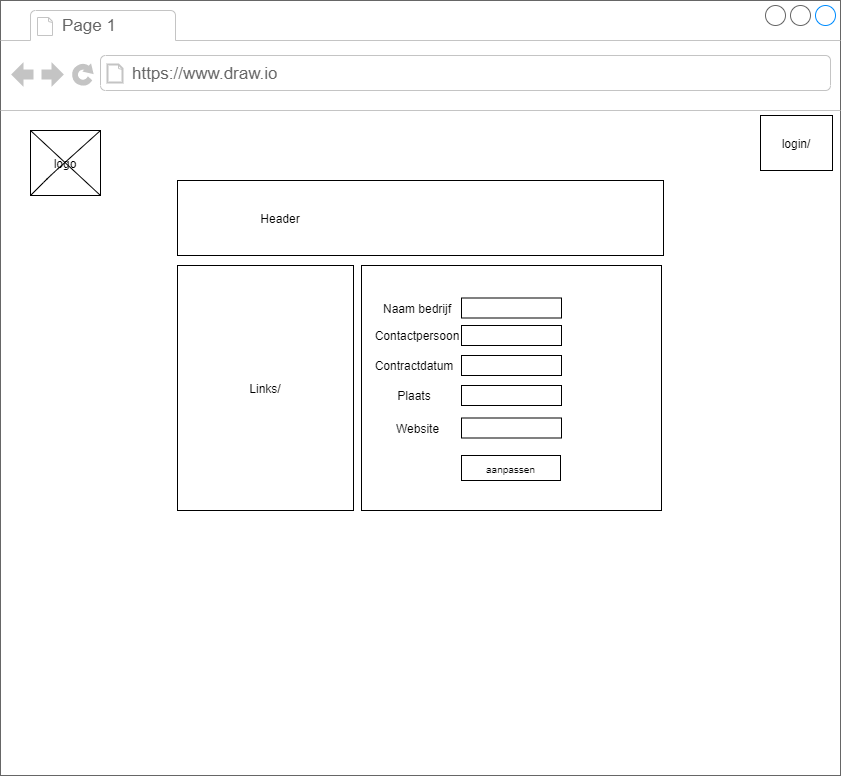
This is Documents/Images_IPP/aanpassen.png from michligtenberg/beroeps-stagewebsite, a draw.io export, as it was before one commit. Source tidied: cells renumbered, new cells last; positions are measured from the earlier drawing's top-left corner, leaving out a move shared by most shapes. Its diagram source:
```xml
<mxGraphModel>
  <root>
    <mxCell id="0" />
    <mxCell id="1" parent="0" />
    <mxCell id="2" style="strokeWidth=1;shadow=0;dashed=0;align=center;html=1;shape=mxgraph.mockup.containers.browserWindow;rSize=0;strokeColor=#666666;strokeColor2=#008cff;strokeColor3=#c4c4c4;mainText=,;" parent="1" vertex="1">
      <mxGeometry width="840" height="775" as="geometry" />
    </mxCell>
    <mxCell id="3" value="&lt;font size=&quot;1&quot;&gt;evaluren&lt;/font&gt;" style="rounded=0;whiteSpace=wrap;html=1;strokeColor=#000000;" parent="2" vertex="1">
      <mxGeometry x="570" y="465" width="49" height="25" as="geometry" />
    </mxCell>
    <mxCell id="4" value="&lt;font style=&quot;font-size: 8px&quot;&gt;toevoegen&lt;/font&gt;" style="rounded=0;whiteSpace=wrap;html=1;strokeColor=#000000;" parent="2" vertex="1">
      <mxGeometry x="382" y="465" width="48" height="25" as="geometry" />
    </mxCell>
    <mxCell id="5" value="&lt;font size=&quot;1&quot;&gt;verwijderen&lt;/font&gt;" style="rounded=0;whiteSpace=wrap;html=1;strokeColor=#000000;" parent="2" vertex="1">
      <mxGeometry x="510" y="465" width="49" height="25" as="geometry" />
    </mxCell>
    <mxCell id="6" value="Page 1" style="strokeWidth=1;shadow=0;dashed=0;align=center;html=1;shape=mxgraph.mockup.containers.anchor;fontSize=17;fontColor=#666666;align=left;" parent="2" vertex="1">
      <mxGeometry x="60" y="12" width="110" height="26" as="geometry" />
    </mxCell>
    <mxCell id="7" value="https://www.draw.io" style="strokeWidth=1;shadow=0;dashed=0;align=center;html=1;shape=mxgraph.mockup.containers.anchor;rSize=0;fontSize=17;fontColor=#666666;align=left;" parent="2" vertex="1">
      <mxGeometry x="130" y="60" width="250" height="26" as="geometry" />
    </mxCell>
    <mxCell id="8" style="rounded=0;whiteSpace=wrap;html=1;" parent="2" vertex="1">
      <mxGeometry x="177" y="180" width="486" height="75" as="geometry" />
    </mxCell>
    <mxCell id="9" value="Links/" style="rounded=0;whiteSpace=wrap;html=1;" parent="2" vertex="1">
      <mxGeometry x="177" y="265" width="176" height="245" as="geometry" />
    </mxCell>
    <mxCell id="10" style="rounded=0;whiteSpace=wrap;html=1;" parent="2" vertex="1">
      <mxGeometry x="361" y="265" width="300" height="245" as="geometry" />
    </mxCell>
    <mxCell id="11" value="login/" style="rounded=0;whiteSpace=wrap;html=1;" parent="2" vertex="1">
      <mxGeometry x="760" y="115" width="72" height="55" as="geometry" />
    </mxCell>
    <mxCell id="12" value="logo" style="rounded=0;whiteSpace=wrap;html=1;" parent="2" vertex="1">
      <mxGeometry x="30" y="130" width="70" height="65" as="geometry" />
    </mxCell>
    <mxCell id="13" style="endArrow=none;html=1;exitX=0;exitY=1;exitDx=0;exitDy=0;entryX=1;entryY=0;entryDx=0;entryDy=0;" parent="2" edge="1" source="12" target="12">
      <mxGeometry relative="1" as="geometry">
        <Array as="points">
          <mxPoint x="50" y="175" />
        </Array>
      </mxGeometry>
    </mxCell>
    <mxCell id="14" style="endArrow=none;html=1;entryX=1;entryY=1;entryDx=0;entryDy=0;exitX=0;exitY=0;exitDx=0;exitDy=0;" parent="2" edge="1" source="12" target="12">
      <mxGeometry relative="1" as="geometry" />
    </mxCell>
    <mxCell id="15" value="Header" style="text;html=1;strokeColor=none;fillColor=none;align=center;verticalAlign=middle;whiteSpace=wrap;rounded=0;" parent="2" vertex="1">
      <mxGeometry x="260" y="208" width="40" height="20" as="geometry" />
    </mxCell>
    <mxCell id="16" style="rounded=0;whiteSpace=wrap;html=1;strokeColor=#000000;" parent="2" vertex="1">
      <mxGeometry x="461" y="297.5" width="100" height="20" as="geometry" />
    </mxCell>
    <mxCell id="17" value="Naam bedrijf" style="text;html=1;strokeColor=none;fillColor=none;align=center;verticalAlign=middle;whiteSpace=wrap;rounded=0;" parent="2" vertex="1">
      <mxGeometry x="380" y="297.5" width="74" height="20" as="geometry" />
    </mxCell>
    <mxCell id="18" style="rounded=0;whiteSpace=wrap;html=1;strokeColor=#000000;" parent="2" vertex="1">
      <mxGeometry x="461" y="325" width="100" height="20" as="geometry" />
    </mxCell>
    <mxCell id="19" style="rounded=0;whiteSpace=wrap;html=1;strokeColor=#000000;" parent="2" vertex="1">
      <mxGeometry x="461" y="355" width="100" height="20" as="geometry" />
    </mxCell>
    <mxCell id="20" style="rounded=0;whiteSpace=wrap;html=1;strokeColor=#000000;" parent="2" vertex="1">
      <mxGeometry x="461" y="385" width="100" height="20" as="geometry" />
    </mxCell>
    <mxCell id="21" value="Contactpersoon" style="text;html=1;strokeColor=none;fillColor=none;align=center;verticalAlign=middle;whiteSpace=wrap;rounded=0;" parent="2" vertex="1">
      <mxGeometry x="385" y="325" width="64" height="20" as="geometry" />
    </mxCell>
    <mxCell id="22" value="Contractdatum" style="text;html=1;strokeColor=none;fillColor=none;align=center;verticalAlign=middle;whiteSpace=wrap;rounded=0;" parent="2" vertex="1">
      <mxGeometry x="382" y="355" width="64" height="20" as="geometry" />
    </mxCell>
    <mxCell id="23" value="Plaats" style="text;html=1;strokeColor=none;fillColor=none;align=center;verticalAlign=middle;whiteSpace=wrap;rounded=0;" parent="2" vertex="1">
      <mxGeometry x="394" y="385" width="40" height="20" as="geometry" />
    </mxCell>
    <mxCell id="24" value="Website" style="text;html=1;strokeColor=none;fillColor=none;align=center;verticalAlign=middle;whiteSpace=wrap;rounded=0;" parent="2" vertex="1">
      <mxGeometry x="364.5" y="415" width="105" height="25" as="geometry" />
    </mxCell>
    <mxCell id="25" style="rounded=0;whiteSpace=wrap;html=1;strokeColor=#000000;" parent="2" vertex="1">
      <mxGeometry x="461" y="417.5" width="100" height="20" as="geometry" />
    </mxCell>
    <mxCell id="26" value="&lt;font size=&quot;1&quot;&gt;aanpassen&lt;/font&gt;" style="rounded=0;whiteSpace=wrap;html=1;strokeColor=#000000;" parent="2" vertex="1">
      <mxGeometry x="461" y="455" width="99" height="25" as="geometry" />
    </mxCell>
  </root>
</mxGraphModel>
```
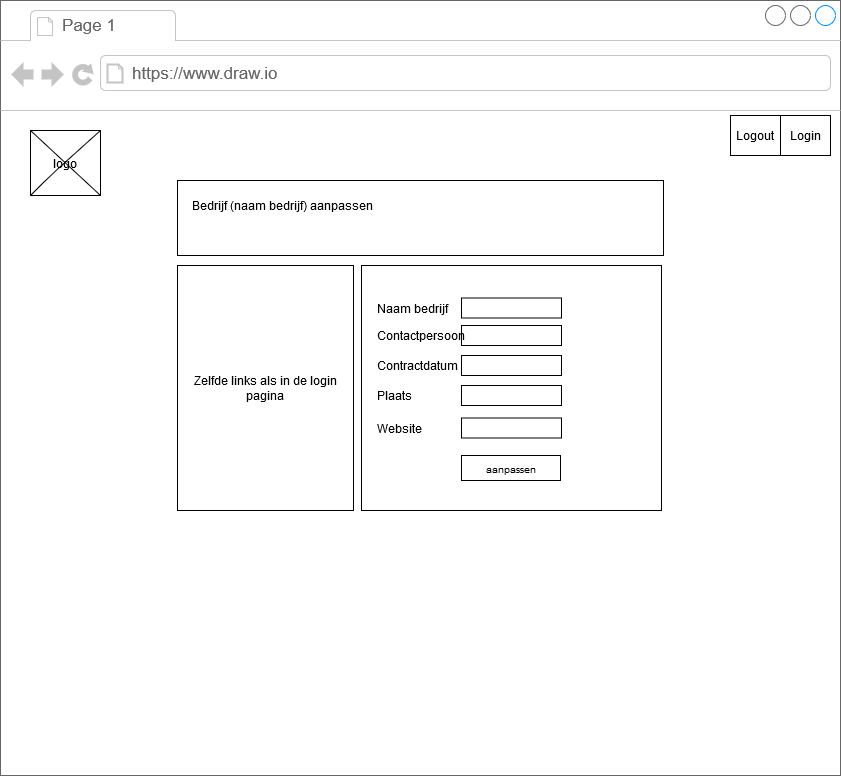
The same diagram one commit later.

The edit, as a diff of the source:
```diff
@@ -23,15 +23,12 @@
     <mxCell id="8" style="rounded=0;whiteSpace=wrap;html=1;" parent="2" vertex="1">
       <mxGeometry x="177" y="180" width="486" height="75" as="geometry" />
     </mxCell>
-    <mxCell id="9" value="Links/" style="rounded=0;whiteSpace=wrap;html=1;" parent="2" vertex="1">
+    <mxCell id="9" value="Zelfde links als in de login pagina" style="rounded=0;whiteSpace=wrap;html=1;" parent="2" vertex="1">
       <mxGeometry x="177" y="265" width="176" height="245" as="geometry" />
     </mxCell>
     <mxCell id="10" style="rounded=0;whiteSpace=wrap;html=1;" parent="2" vertex="1">
       <mxGeometry x="361" y="265" width="300" height="245" as="geometry" />
     </mxCell>
-    <mxCell id="11" value="login/" style="rounded=0;whiteSpace=wrap;html=1;" parent="2" vertex="1">
-      <mxGeometry x="760" y="115" width="72" height="55" as="geometry" />
-    </mxCell>
     <mxCell id="12" value="logo" style="rounded=0;whiteSpace=wrap;html=1;" parent="2" vertex="1">
       <mxGeometry x="30" y="130" width="70" height="65" as="geometry" />
     </mxCell>
@@ -45,14 +42,14 @@
     <mxCell id="14" style="endArrow=none;html=1;entryX=1;entryY=1;entryDx=0;entryDy=0;exitX=0;exitY=0;exitDx=0;exitDy=0;" parent="2" edge="1" source="12" target="12">
       <mxGeometry relative="1" as="geometry" />
     </mxCell>
-    <mxCell id="15" value="Header" style="text;html=1;strokeColor=none;fillColor=none;align=center;verticalAlign=middle;whiteSpace=wrap;rounded=0;" parent="2" vertex="1">
-      <mxGeometry x="260" y="208" width="40" height="20" as="geometry" />
+    <mxCell id="15" value="Bedrijf (naam bedrijf) aanpassen" style="text;html=1;strokeColor=none;fillColor=none;align=center;verticalAlign=middle;whiteSpace=wrap;rounded=0;" parent="2" vertex="1">
+      <mxGeometry x="177" y="195" width="210" height="20" as="geometry" />
     </mxCell>
     <mxCell id="16" style="rounded=0;whiteSpace=wrap;html=1;strokeColor=#000000;" parent="2" vertex="1">
       <mxGeometry x="461" y="297.5" width="100" height="20" as="geometry" />
     </mxCell>
-    <mxCell id="17" value="Naam bedrijf" style="text;html=1;strokeColor=none;fillColor=none;align=center;verticalAlign=middle;whiteSpace=wrap;rounded=0;" parent="2" vertex="1">
-      <mxGeometry x="380" y="297.5" width="74" height="20" as="geometry" />
+    <mxCell id="17" value="&lt;div align=&quot;left&quot;&gt;Naam bedrijf&lt;/div&gt;" style="text;html=1;strokeColor=none;fillColor=none;align=left;verticalAlign=middle;whiteSpace=wrap;rounded=0;" parent="2" vertex="1">
+      <mxGeometry x="375" y="297.5" width="74" height="20" as="geometry" />
     </mxCell>
     <mxCell id="18" style="rounded=0;whiteSpace=wrap;html=1;strokeColor=#000000;" parent="2" vertex="1">
       <mxGeometry x="461" y="325" width="100" height="20" as="geometry" />
@@ -63,17 +60,17 @@
     <mxCell id="20" style="rounded=0;whiteSpace=wrap;html=1;strokeColor=#000000;" parent="2" vertex="1">
       <mxGeometry x="461" y="385" width="100" height="20" as="geometry" />
     </mxCell>
-    <mxCell id="21" value="Contactpersoon" style="text;html=1;strokeColor=none;fillColor=none;align=center;verticalAlign=middle;whiteSpace=wrap;rounded=0;" parent="2" vertex="1">
-      <mxGeometry x="385" y="325" width="64" height="20" as="geometry" />
+    <mxCell id="21" value="Contactpersoon" style="text;html=1;strokeColor=none;fillColor=none;align=left;verticalAlign=middle;whiteSpace=wrap;rounded=0;" parent="2" vertex="1">
+      <mxGeometry x="375" y="325" width="64" height="20" as="geometry" />
     </mxCell>
-    <mxCell id="22" value="Contractdatum" style="text;html=1;strokeColor=none;fillColor=none;align=center;verticalAlign=middle;whiteSpace=wrap;rounded=0;" parent="2" vertex="1">
-      <mxGeometry x="382" y="355" width="64" height="20" as="geometry" />
+    <mxCell id="22" value="Contractdatum" style="text;html=1;strokeColor=none;fillColor=none;align=left;verticalAlign=middle;whiteSpace=wrap;rounded=0;" parent="2" vertex="1">
+      <mxGeometry x="375" y="355" width="64" height="20" as="geometry" />
     </mxCell>
-    <mxCell id="23" value="Plaats" style="text;html=1;strokeColor=none;fillColor=none;align=center;verticalAlign=middle;whiteSpace=wrap;rounded=0;" parent="2" vertex="1">
-      <mxGeometry x="394" y="385" width="40" height="20" as="geometry" />
+    <mxCell id="23" value="Plaats" style="text;html=1;strokeColor=none;fillColor=none;align=left;verticalAlign=middle;whiteSpace=wrap;rounded=0;" parent="2" vertex="1">
+      <mxGeometry x="375" y="385" width="40" height="20" as="geometry" />
     </mxCell>
-    <mxCell id="24" value="Website" style="text;html=1;strokeColor=none;fillColor=none;align=center;verticalAlign=middle;whiteSpace=wrap;rounded=0;" parent="2" vertex="1">
-      <mxGeometry x="364.5" y="415" width="105" height="25" as="geometry" />
+    <mxCell id="24" value="Website" style="text;html=1;strokeColor=none;fillColor=none;align=left;verticalAlign=middle;whiteSpace=wrap;rounded=0;" parent="2" vertex="1">
+      <mxGeometry x="375" y="421.2" width="105" height="12.5" as="geometry" />
     </mxCell>
     <mxCell id="25" style="rounded=0;whiteSpace=wrap;html=1;strokeColor=#000000;" parent="2" vertex="1">
       <mxGeometry x="461" y="417.5" width="100" height="20" as="geometry" />
@@ -81,5 +78,11 @@
     <mxCell id="26" value="&lt;font size=&quot;1&quot;&gt;aanpassen&lt;/font&gt;" style="rounded=0;whiteSpace=wrap;html=1;strokeColor=#000000;" parent="2" vertex="1">
       <mxGeometry x="461" y="455" width="99" height="25" as="geometry" />
     </mxCell>
+    <mxCell id="27" value="Login" style="rounded=0;whiteSpace=wrap;html=1;" parent="2" vertex="1">
+      <mxGeometry x="780" y="115" width="50" height="40" as="geometry" />
+    </mxCell>
+    <mxCell id="28" value="Logout" style="rounded=0;whiteSpace=wrap;html=1;" parent="2" vertex="1">
+      <mxGeometry x="730" y="115" width="50" height="40" as="geometry" />
+    </mxCell>
   </root>
 </mxGraphModel>
```
